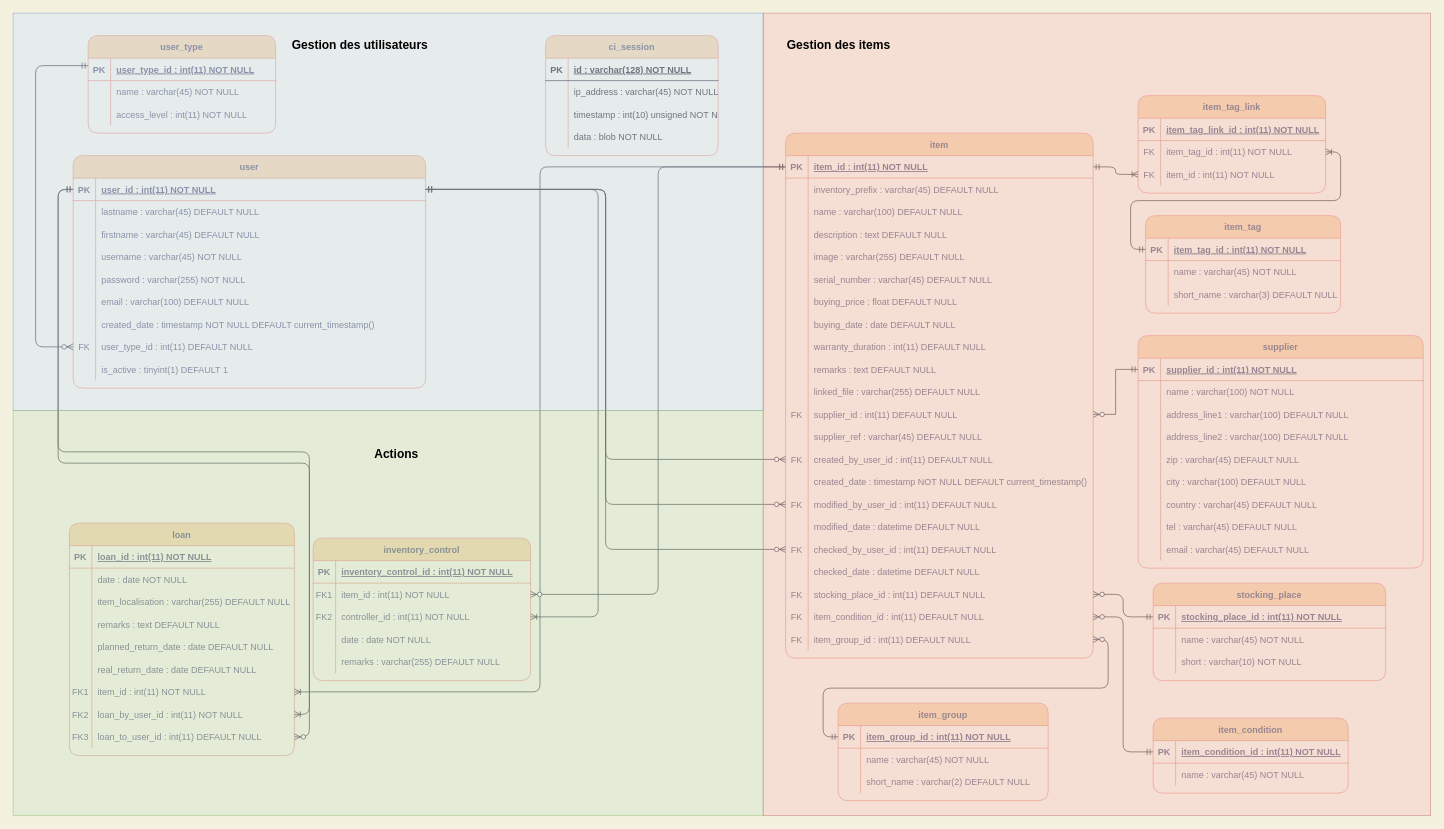
The draw.io diagram documentation/stock_20210511.drawio in OrifInformatique/stock, before the edit. Source tidied: cells renumbered, new cells numbered last; positions are measured from the earlier drawing's top-left corner, leaving out a move shared by most shapes. Both pictures are drawn from the tidied source at 75%, with x=0, y=0 at pixel (13, 13).
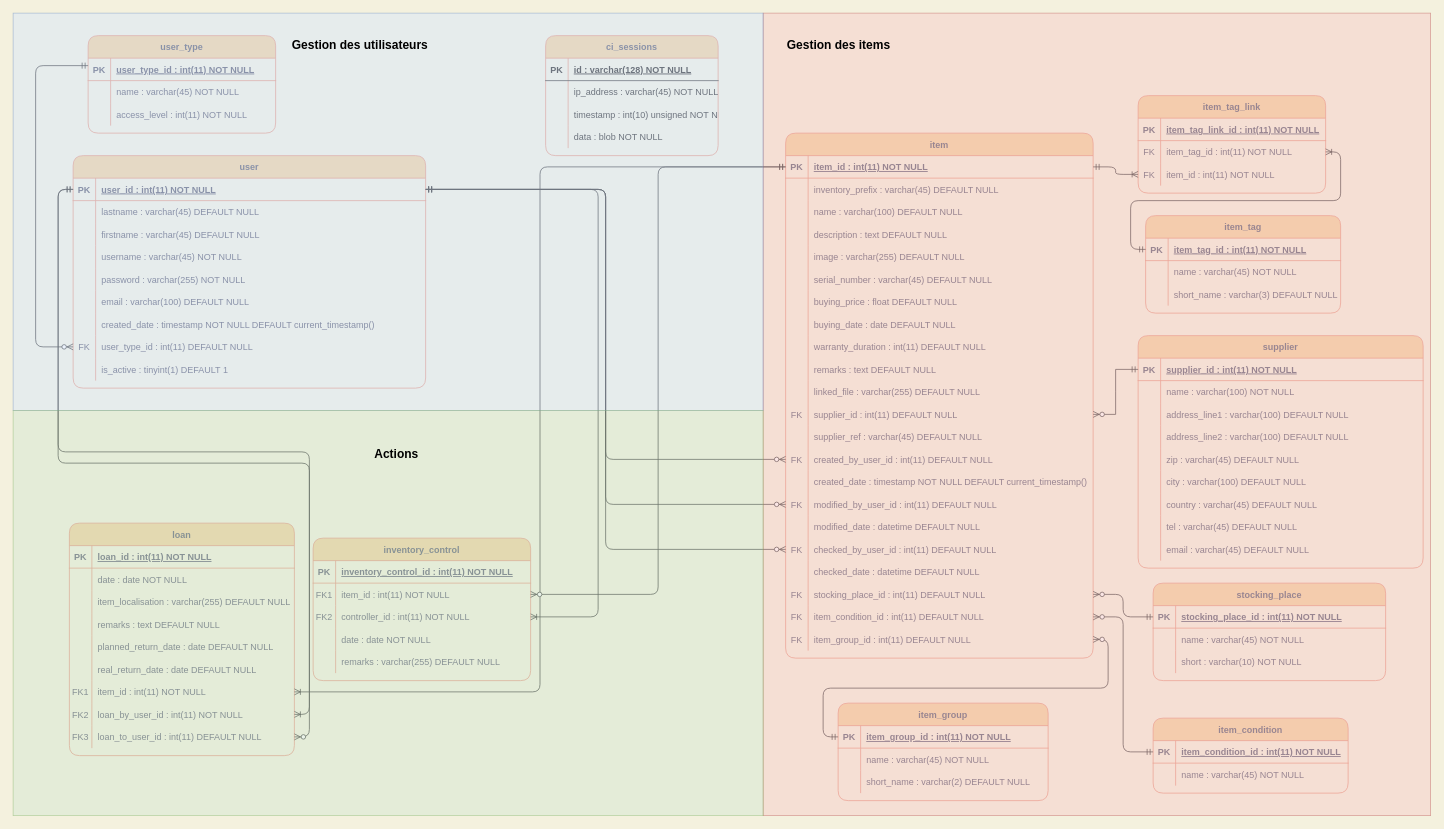
After the change.

What changed in the source:
```diff
@@
-    <mxCell id="226" value="ci_session" style="shape=table;startSize=30;childLayout=tableLayout;rowLines=0;fontStyle=1;align=center;sketch=0;fontColor=#393C56;strokeColor=#E07A5F;fillColor=#F2CC8F;rounded=1;" parent="1" vertex="1">
+    <mxCell id="226" value="ci_sessions" style="shape=table;startSize=30;childLayout=tableLayout;rowLines=0;fontStyle=1;align=center;sketch=0;fontColor=#393C56;strokeColor=#E07A5F;fillColor=#F2CC8F;rounded=1;" parent="1" vertex="1">
       <mxGeometry x="710" y="30" width="230" height="160" as="geometry" />
     </mxCell>
```
